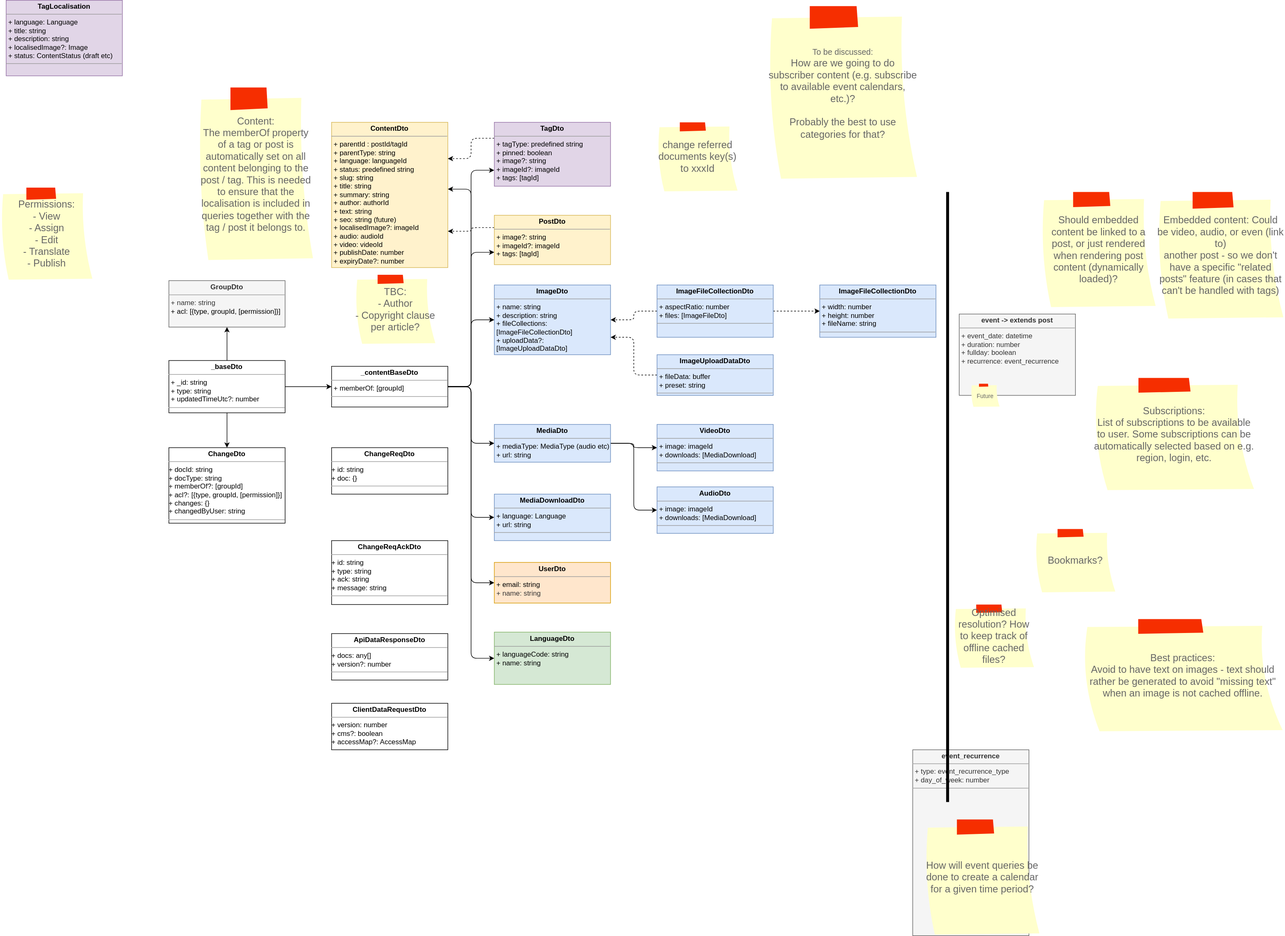
Earlier version of the draw.io export docs/datamodel.drawio.svg (bccsa/luminary). Source tidied: cells renumbered, new cells last; positions are measured from the earlier drawing's top-left corner, leaving out a move shared by most shapes.
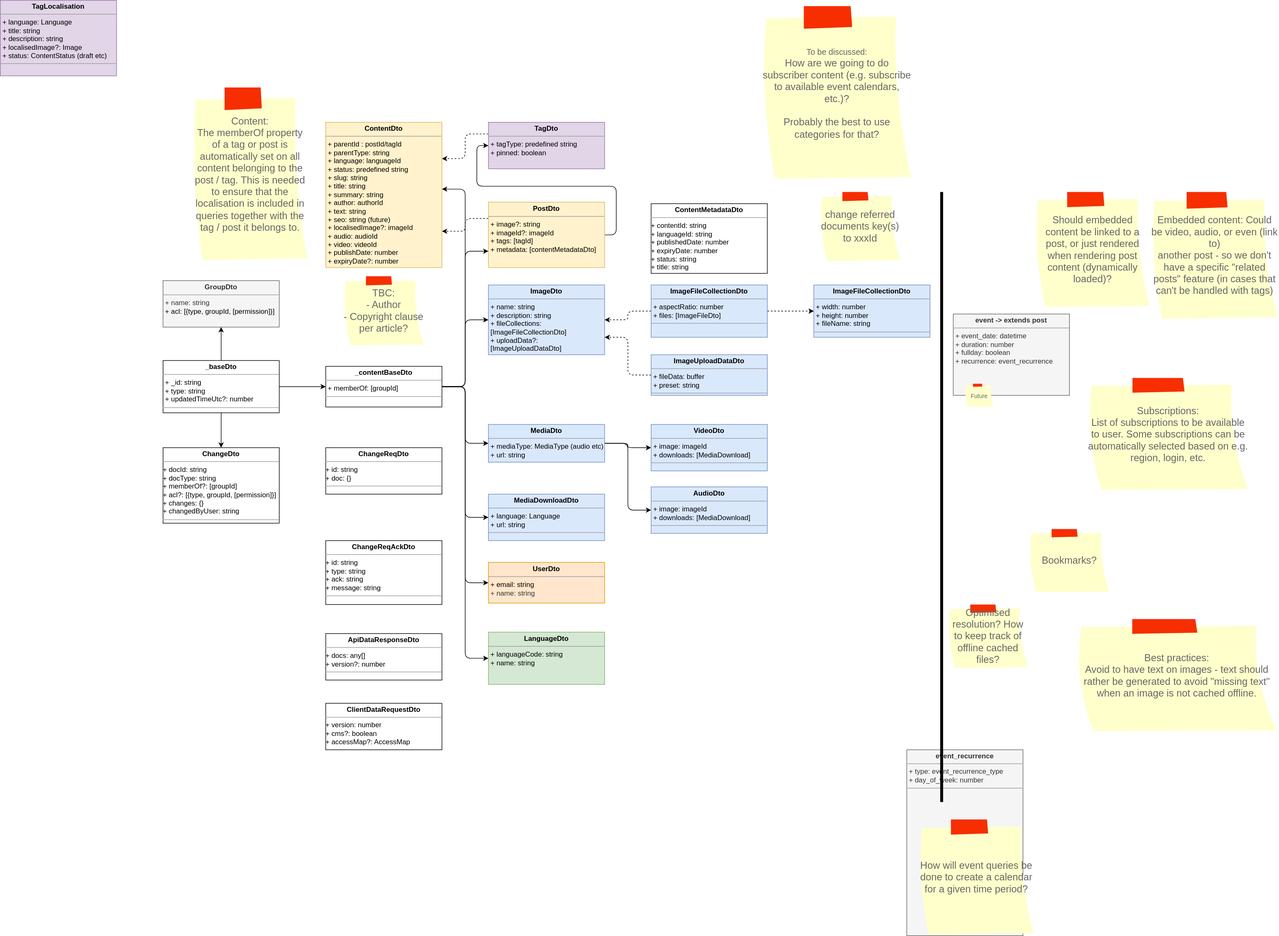
The same diagram one commit later.

Commit message:
Add content metadata to post & tag documents upon submission to API

Change to the diagram source:
```diff
@@ -29,9 +29,6 @@
     <mxCell id="8" style="edgeStyle=orthogonalEdgeStyle;html=1;entryX=0.5;entryY=1;entryDx=0;entryDy=0;fontSize=12;exitX=0.5;exitY=0;exitDx=0;exitDy=0;" parent="1" edge="1" source="45" target="34">
       <mxGeometry relative="1" as="geometry" />
     </mxCell>
-    <mxCell id="9" style="edgeStyle=orthogonalEdgeStyle;html=1;exitX=1;exitY=0.5;exitDx=0;exitDy=0;entryX=0;entryY=0.75;entryDx=0;entryDy=0;fontSize=12;endArrow=classic;endFill=1;" parent="1" edge="1" source="42" target="36">
-      <mxGeometry relative="1" as="geometry" />
-    </mxCell>
     <mxCell id="10" style="edgeStyle=orthogonalEdgeStyle;html=1;exitX=0.5;exitY=1;exitDx=0;exitDy=0;entryX=0.5;entryY=0;entryDx=0;entryDy=0;" parent="1" edge="1" source="45" target="40">
       <mxGeometry relative="1" as="geometry" />
     </mxCell>
@@ -68,8 +65,18 @@
     <mxCell id="21" style="edgeStyle=orthogonalEdgeStyle;html=1;fontSize=12;dashed=1;exitX=0;exitY=0.25;exitDx=0;exitDy=0;entryX=1;entryY=0.75;entryDx=0;entryDy=0;" parent="1" edge="1" source="22" target="2">
       <mxGeometry relative="1" as="geometry" />
     </mxCell>
+    <mxCell id="58" style="edgeStyle=orthogonalEdgeStyle;html=1;exitX=1;exitY=0.5;exitDx=0;exitDy=0;entryX=0;entryY=0.5;entryDx=0;entryDy=0;" parent="1" edge="1" source="22" target="36">
+      <mxGeometry relative="1" as="geometry">
+        <Array as="points">
+          <mxPoint x="1070" y="404" />
+          <mxPoint x="1070" y="320" />
+          <mxPoint x="830" y="320" />
+          <mxPoint x="830" y="250" />
+        </Array>
+      </mxGeometry>
+    </mxCell>
-    <mxCell id="22" value="&lt;p style=&quot;margin:0px;margin-top:4px;text-align:center;&quot;&gt;&lt;b&gt;PostDto&lt;/b&gt;&lt;/p&gt;&lt;hr size=&quot;1&quot;&gt;&lt;p style=&quot;margin:0px;margin-left:4px;&quot;&gt;&lt;span style=&quot;background-color: initial;&quot;&gt;+ image?: string&lt;/span&gt;&lt;br&gt;&lt;/p&gt;&lt;p style=&quot;margin:0px;margin-left:4px;&quot;&gt;&lt;span style=&quot;background-color: initial;&quot;&gt;+ imageId?: imageId&lt;/span&gt;&lt;/p&gt;&lt;p style=&quot;border-color: var(--border-color); margin: 0px 0px 0px 4px;&quot;&gt;&lt;span style=&quot;background-color: initial;&quot;&gt;+ tags: [tagId]&lt;/span&gt;&lt;/p&gt;" style="verticalAlign=top;align=left;overflow=fill;fontSize=12;fontFamily=Helvetica;html=1;whiteSpace=wrap;fillColor=#fff2cc;strokeColor=#d6b656;" parent="1" vertex="1">
-      <mxGeometry x="850" y="370" width="200" height="85" as="geometry" />
+    <mxCell id="22" value="&lt;p style=&quot;margin:0px;margin-top:4px;text-align:center;&quot;&gt;&lt;b&gt;PostDto&lt;/b&gt;&lt;/p&gt;&lt;hr size=&quot;1&quot;&gt;&lt;p style=&quot;margin:0px;margin-left:4px;&quot;&gt;&lt;span style=&quot;background-color: initial;&quot;&gt;+ image?: string&lt;/span&gt;&lt;br&gt;&lt;/p&gt;&lt;p style=&quot;margin:0px;margin-left:4px;&quot;&gt;&lt;span style=&quot;background-color: initial;&quot;&gt;+ imageId?: imageId&lt;/span&gt;&lt;/p&gt;&lt;p style=&quot;border-color: var(--border-color); margin: 0px 0px 0px 4px;&quot;&gt;&lt;span style=&quot;background-color: initial;&quot;&gt;+ tags: [tagId]&lt;/span&gt;&lt;/p&gt;&lt;p style=&quot;border-color: var(--border-color); margin: 0px 0px 0px 4px;&quot;&gt;&lt;span style=&quot;background-color: initial;&quot;&gt;+ metadata: [contentMetadataDto]&lt;/span&gt;&lt;/p&gt;" style="verticalAlign=top;align=left;overflow=fill;fontSize=12;fontFamily=Helvetica;html=1;whiteSpace=wrap;fillColor=#fff2cc;strokeColor=#d6b656;" parent="1" vertex="1">
+      <mxGeometry x="850" y="347.5" width="200" height="112.5" as="geometry" />
     </mxCell>
     <mxCell id="23" value="Subscriptions:&lt;br&gt;List of subscriptions to be available to user. Some subscriptions can be automatically selected based on e.g. region, login, etc." style="strokeWidth=1;shadow=0;dashed=0;align=center;html=1;shape=mxgraph.mockup.text.stickyNote2;fontColor=#666666;mainText=;fontSize=17;whiteSpace=wrap;fillColor=#ffffcc;strokeColor=#F62E00;" parent="1" vertex="1">
       <mxGeometry x="1880" y="650" width="280" height="195" as="geometry" />
@@ -110,8 +117,8 @@
     <mxCell id="35" style="edgeStyle=orthogonalEdgeStyle;html=1;fontSize=12;endArrow=classic;endFill=1;dashed=1;exitX=0;exitY=0.25;exitDx=0;exitDy=0;entryX=1;entryY=0.25;entryDx=0;entryDy=0;" parent="1" edge="1" source="36" target="2">
       <mxGeometry relative="1" as="geometry" />
     </mxCell>
-    <mxCell id="36" value="&lt;p style=&quot;margin:0px;margin-top:4px;text-align:center;&quot;&gt;&lt;b&gt;TagDto&lt;/b&gt;&lt;/p&gt;&lt;hr size=&quot;1&quot;&gt;&lt;p style=&quot;margin:0px;margin-left:4px;&quot;&gt;&lt;span style=&quot;background-color: initial;&quot;&gt;+ tagType: predefined string&lt;/span&gt;&lt;/p&gt;&lt;p style=&quot;margin:0px;margin-left:4px;&quot;&gt;&lt;span style=&quot;background-color: initial;&quot;&gt;+ pinned: boolean&lt;/span&gt;&lt;/p&gt;&lt;p style=&quot;margin:0px;margin-left:4px;&quot;&gt;+ image?: string&lt;/p&gt;&lt;p style=&quot;margin:0px;margin-left:4px;&quot;&gt;+ imageId?: imageId&lt;/p&gt;&lt;p style=&quot;margin:0px;margin-left:4px;&quot;&gt;+ tags: [tagId]&lt;/p&gt;&lt;p style=&quot;margin:0px;margin-left:4px;&quot;&gt;&lt;/p&gt;" style="verticalAlign=top;align=left;overflow=fill;fontSize=12;fontFamily=Helvetica;html=1;whiteSpace=wrap;fillColor=#e1d5e7;strokeColor=#9673a6;" parent="1" vertex="1">
-      <mxGeometry x="850" y="210" width="200" height="110" as="geometry" />
+    <mxCell id="36" value="&lt;p style=&quot;margin:0px;margin-top:4px;text-align:center;&quot;&gt;&lt;b&gt;TagDto&lt;/b&gt;&lt;/p&gt;&lt;hr size=&quot;1&quot;&gt;&lt;p style=&quot;margin:0px;margin-left:4px;&quot;&gt;&lt;span style=&quot;background-color: initial;&quot;&gt;+ tagType: predefined string&lt;/span&gt;&lt;/p&gt;&lt;p style=&quot;margin:0px;margin-left:4px;&quot;&gt;&lt;span style=&quot;background-color: initial;&quot;&gt;+ pinned: boolean&lt;/span&gt;&lt;/p&gt;&lt;p style=&quot;margin:0px;margin-left:4px;&quot;&gt;&lt;/p&gt;" style="verticalAlign=top;align=left;overflow=fill;fontSize=12;fontFamily=Helvetica;html=1;whiteSpace=wrap;fillColor=#e1d5e7;strokeColor=#9673a6;" parent="1" vertex="1">
+      <mxGeometry x="850" y="210" width="200" height="80" as="geometry" />
     </mxCell>
     <mxCell id="37" value="Embedded content: Could be video, audio, or even (link to)&lt;br&gt;another post - so we don't have a specific &quot;related posts&quot; feature (in cases that can't be handled with tags)" style="strokeWidth=1;shadow=0;dashed=0;align=center;html=1;shape=mxgraph.mockup.text.stickyNote2;fontColor=#666666;mainText=;fontSize=17;whiteSpace=wrap;fillColor=#ffffcc;strokeColor=#F62E00;" parent="1" vertex="1">
       <mxGeometry x="1990" y="330" width="220" height="220" as="geometry" />
@@ -122,9 +129,6 @@
         <mxPoint x="1630" y="330" as="targetPoint" />
       </mxGeometry>
     </mxCell>
-    <mxCell id="39" value="Permissions:&lt;br&gt;- View&lt;br&gt;- Assign&lt;br&gt;- Edit&lt;br&gt;- Translate&lt;br&gt;- Publish" style="strokeWidth=1;shadow=0;dashed=0;align=center;html=1;shape=mxgraph.mockup.text.stickyNote2;fontColor=#666666;mainText=;fontSize=17;whiteSpace=wrap;fillColor=#ffffcc;strokeColor=#F62E00;" parent="1" vertex="1">
-      <mxGeometry y="322.5" width="160" height="160" as="geometry" />
-    </mxCell>
     <mxCell id="40" value="&lt;p style=&quot;margin:0px;margin-top:4px;text-align:center;&quot;&gt;&lt;b&gt;ChangeDto&lt;/b&gt;&lt;/p&gt;&lt;hr size=&quot;1&quot;&gt;&amp;nbsp;+ docId: string&lt;br&gt;&amp;nbsp;+ docType: string&lt;br&gt;&amp;nbsp;+ memberOf?: [groupId]&lt;br&gt;&amp;nbsp;+ acl?: [{type, groupId, [permission]}]&lt;br&gt;&amp;nbsp;+ changes: {}&lt;br&gt;&amp;nbsp;+ changedByUser: string&lt;br&gt;&lt;hr size=&quot;1&quot;&gt;&lt;p style=&quot;margin:0px;margin-left:4px;&quot;&gt;&lt;br&gt;&lt;/p&gt;" style="verticalAlign=top;align=left;overflow=fill;fontSize=12;fontFamily=Helvetica;html=1;whiteSpace=wrap;" parent="1" vertex="1">
       <mxGeometry x="290" y="770" width="200" height="130" as="geometry" />
     </mxCell>
@@ -144,10 +148,10 @@
       <mxGeometry x="290" y="620" width="200" height="90" as="geometry" />
     </mxCell>
     <mxCell id="46" value="TBC:&lt;br&gt;- Author&lt;br&gt;- Copyright clause per article?" style="strokeWidth=1;shadow=0;dashed=0;align=center;html=1;shape=mxgraph.mockup.text.stickyNote2;fontColor=#666666;mainText=;fontSize=17;whiteSpace=wrap;fillColor=#ffffcc;strokeColor=#F62E00;" parent="1" vertex="1">
-      <mxGeometry x="610" y="472.5" width="140" height="120" as="geometry" />
+      <mxGeometry x="600" y="475" width="140" height="120" as="geometry" />
     </mxCell>
     <mxCell id="47" value="change referred documents key(s) to xxxId" style="strokeWidth=1;shadow=0;dashed=0;align=center;html=1;shape=mxgraph.mockup.text.stickyNote2;fontColor=#666666;mainText=;fontSize=17;whiteSpace=wrap;fillColor=#ffffcc;strokeColor=#F62E00;" parent="1" vertex="1">
-      <mxGeometry x="1130" y="210" width="140" height="120" as="geometry" />
+      <mxGeometry x="1420" y="330" width="140" height="120" as="geometry" />
     </mxCell>
     <mxCell id="48" value="&lt;p style=&quot;margin:0px;margin-top:4px;text-align:center;&quot;&gt;&lt;b&gt;ChangeReqDto&lt;/b&gt;&lt;/p&gt;&lt;hr size=&quot;1&quot;&gt;&amp;nbsp;+ id: string&lt;br&gt;&amp;nbsp;+ doc: {}&lt;br&gt;&lt;hr size=&quot;1&quot;&gt;&lt;p style=&quot;margin:0px;margin-left:4px;&quot;&gt;&lt;br&gt;&lt;/p&gt;" style="verticalAlign=top;align=left;overflow=fill;fontSize=12;fontFamily=Helvetica;html=1;whiteSpace=wrap;" parent="1" vertex="1">
       <mxGeometry x="570" y="770" width="200" height="80" as="geometry" />
@@ -179,5 +183,8 @@
     <mxCell id="57" value="&lt;p style=&quot;margin:0px;margin-top:4px;text-align:center;&quot;&gt;&lt;b&gt;ImageFileCollectionDto&lt;/b&gt;&lt;/p&gt;&lt;hr size=&quot;1&quot;&gt;&lt;p style=&quot;margin:0px;margin-left:4px;&quot;&gt;+ width: number&lt;/p&gt;&lt;p style=&quot;margin:0px;margin-left:4px;&quot;&gt;+ height: number&lt;/p&gt;&lt;p style=&quot;margin:0px;margin-left:4px;&quot;&gt;+ fileName: string&lt;/p&gt;&lt;hr size=&quot;1&quot;&gt;&lt;p style=&quot;margin:0px;margin-left:4px;&quot;&gt;&lt;br&gt;&lt;/p&gt;" style="verticalAlign=top;align=left;overflow=fill;fontSize=12;fontFamily=Helvetica;html=1;whiteSpace=wrap;fillColor=#dae8fc;strokeColor=#6c8ebf;" parent="1" vertex="1">
       <mxGeometry x="1410" y="490" width="200" height="90" as="geometry" />
     </mxCell>
+    <mxCell id="59" value="&lt;p style=&quot;margin:0px;margin-top:4px;text-align:center;&quot;&gt;&lt;b&gt;ContentMetadataDto&lt;/b&gt;&lt;/p&gt;&lt;hr size=&quot;1&quot;&gt;&amp;nbsp;+ contentId: string&lt;br&gt;&amp;nbsp;+ languageId: string&lt;br&gt;&amp;nbsp;+ publishedDate: number&lt;br&gt;&amp;nbsp;+ expiryDate: number&lt;br&gt;&amp;nbsp;+ status: string&lt;br&gt;&amp;nbsp;+ title: string" style="verticalAlign=top;align=left;overflow=fill;fontSize=12;fontFamily=Helvetica;html=1;whiteSpace=wrap;" parent="1" vertex="1">
+      <mxGeometry x="1130" y="350" width="200" height="120" as="geometry" />
+    </mxCell>
   </root>
 </mxGraphModel>
```
